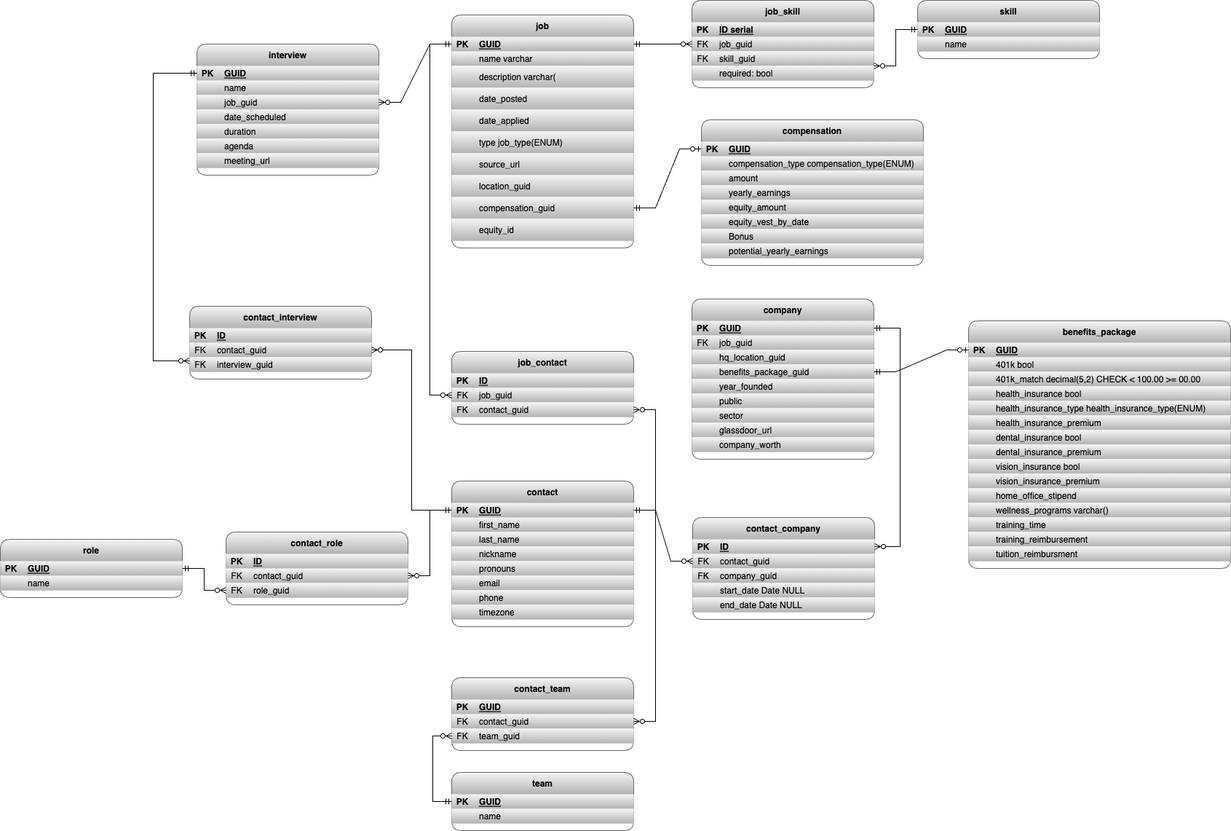
This is job_opportunity_data_model.drawio.png from jamesclair/polarKB, a draw.io export, as it was before one commit. Source tidied: cells renumbered, new cells last; positions are measured from the earlier drawing's top-left corner, leaving out a move shared by most shapes.
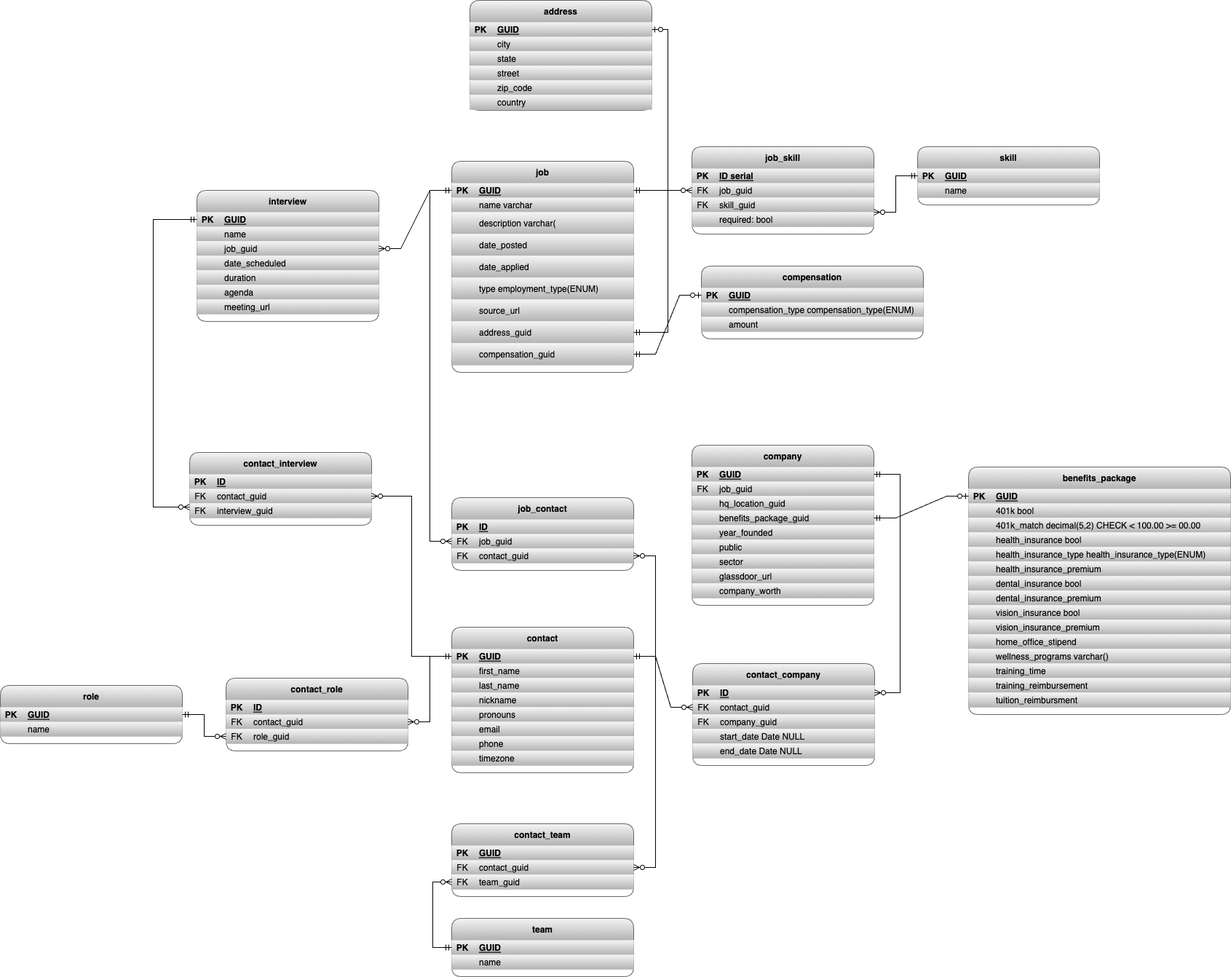
The same diagram one commit later.

Diff of the diagram source:
```diff
@@ -3,7 +3,7 @@
     <mxCell id="0" />
     <mxCell id="1" parent="0" />
     <mxCell id="2" value="job" style="shape=table;startSize=30;rowLines=0;fontStyle=1;align=center;rounded=1;fillColor=#f5f5f5;strokeColor=#666666;gradientColor=#b3b3b3;fontColor=#000000;" parent="1" vertex="1">
-      <mxGeometry x="620" y="20" width="250" height="320" as="geometry" />
+      <mxGeometry x="620" y="20" width="250" height="290" as="geometry" />
     </mxCell>
     <mxCell id="3" style="shape=partialRectangle;points=[[0,0.5],[1,0.5]];portConstraint=eastwest;top=0;left=0;right=0;bottom=1;rounded=1;fillColor=#f5f5f5;strokeColor=#666666;gradientColor=#b3b3b3;fontColor=#000000;" parent="2" vertex="1">
       <mxGeometry y="30" width="250" height="20" as="geometry" />
@@ -56,7 +56,7 @@
     <mxCell id="19" style="shape=partialRectangle;overflow=hidden;top=0;left=0;bottom=0;right=0;rounded=1;fillColor=#f5f5f5;strokeColor=#666666;gradientColor=#b3b3b3;fontColor=#000000;" parent="18" vertex="1">
       <mxGeometry width="30" height="30" as="geometry" />
     </mxCell>
-    <mxCell id="20" value="type job_type(ENUM)" style="shape=partialRectangle;overflow=hidden;top=0;left=0;bottom=0;right=0;align=left;spacingLeft=6;rounded=1;fillColor=#f5f5f5;strokeColor=#666666;gradientColor=#b3b3b3;fontColor=#000000;" parent="18" vertex="1">
+    <mxCell id="20" value="type employment_type(ENUM)" style="shape=partialRectangle;overflow=hidden;top=0;left=0;bottom=0;right=0;align=left;spacingLeft=6;rounded=1;fillColor=#f5f5f5;strokeColor=#666666;gradientColor=#b3b3b3;fontColor=#000000;" parent="18" vertex="1">
       <mxGeometry x="30" width="220" height="30" as="geometry" />
     </mxCell>
     <mxCell id="21" style="shape=partialRectangle;top=0;left=0;right=0;bottom=0;rounded=1;fillColor=#f5f5f5;strokeColor=#666666;gradientColor=#b3b3b3;fontColor=#000000;" parent="2" vertex="1">
@@ -74,7 +74,7 @@
     <mxCell id="25" style="shape=partialRectangle;overflow=hidden;top=0;left=0;bottom=0;right=0;rounded=1;fillColor=#f5f5f5;strokeColor=#666666;gradientColor=#b3b3b3;fontColor=#000000;" parent="24" vertex="1">
       <mxGeometry width="30" height="30" as="geometry" />
     </mxCell>
-    <mxCell id="26" value="location_guid" style="shape=partialRectangle;overflow=hidden;top=0;left=0;bottom=0;right=0;align=left;spacingLeft=6;rounded=1;fillColor=#f5f5f5;strokeColor=#666666;gradientColor=#b3b3b3;fontColor=#000000;" parent="24" vertex="1">
+    <mxCell id="26" value="address_guid" style="shape=partialRectangle;overflow=hidden;top=0;left=0;bottom=0;right=0;align=left;spacingLeft=6;rounded=1;fillColor=#f5f5f5;strokeColor=#666666;gradientColor=#b3b3b3;fontColor=#000000;" parent="24" vertex="1">
       <mxGeometry x="30" width="220" height="30" as="geometry" />
     </mxCell>
     <mxCell id="27" style="shape=partialRectangle;points=[[0,0.5],[1,0.5]];portConstraint=eastwest;top=0;left=0;right=0;bottom=0;rounded=1;fillColor=#f5f5f5;strokeColor=#666666;gradientColor=#b3b3b3;fontColor=#000000;" parent="2" vertex="1">
@@ -86,15 +86,6 @@
     <mxCell id="29" value="compensation_guid" style="shape=partialRectangle;overflow=hidden;top=0;left=0;bottom=0;right=0;align=left;spacingLeft=6;rounded=1;fillColor=#f5f5f5;strokeColor=#666666;gradientColor=#b3b3b3;fontColor=#000000;" parent="27" vertex="1">
       <mxGeometry x="30" width="220" height="30" as="geometry" />
     </mxCell>
-    <mxCell id="30" style="shape=partialRectangle;top=0;left=0;right=0;bottom=0;rounded=1;fillColor=#f5f5f5;strokeColor=#666666;gradientColor=#b3b3b3;fontColor=#000000;" parent="2" vertex="1">
-      <mxGeometry y="280" width="250" height="30" as="geometry" />
-    </mxCell>
-    <mxCell id="31" style="shape=partialRectangle;overflow=hidden;top=0;left=0;bottom=0;right=0;rounded=1;fillColor=#f5f5f5;strokeColor=#666666;gradientColor=#b3b3b3;fontColor=#000000;" parent="30" vertex="1">
-      <mxGeometry width="30" height="30" as="geometry" />
-    </mxCell>
-    <mxCell id="32" value="equity_id" style="shape=partialRectangle;overflow=hidden;top=0;left=0;bottom=0;right=0;align=left;spacingLeft=6;rounded=1;fillColor=#f5f5f5;strokeColor=#666666;gradientColor=#b3b3b3;fontColor=#000000;" parent="30" vertex="1">
-      <mxGeometry x="30" width="220" height="30" as="geometry" />
-    </mxCell>
     <mxCell id="33" value="skill" style="shape=table;startSize=30;rowLines=0;fontStyle=1;align=center;rounded=1;fillColor=#f5f5f5;strokeColor=#666666;gradientColor=#b3b3b3;fontColor=#000000;" parent="1" vertex="1">
       <mxGeometry x="1260" width="250" height="80" as="geometry" />
     </mxCell>
@@ -384,7 +375,7 @@
       <mxGeometry x="30" width="220" height="20" as="geometry" />
     </mxCell>
     <mxCell id="129" value="compensation" style="shape=table;startSize=30;rowLines=0;fontStyle=1;align=center;rounded=1;fillColor=#f5f5f5;strokeColor=#666666;gradientColor=#b3b3b3;fontColor=#000000;" parent="1" vertex="1">
-      <mxGeometry x="963" y="164" width="305" height="200" as="geometry" />
+      <mxGeometry x="963" y="164" width="305" height="100" as="geometry" />
     </mxCell>
     <mxCell id="130" style="shape=partialRectangle;points=[[0,0.5],[1,0.5]];portConstraint=eastwest;top=0;left=0;right=0;bottom=1;rounded=1;fillColor=#f5f5f5;strokeColor=#666666;gradientColor=#b3b3b3;fontColor=#000000;" parent="129" vertex="1">
       <mxGeometry y="30" width="305" height="20" as="geometry" />
@@ -413,51 +404,6 @@
     <mxCell id="138" value="amount" style="shape=partialRectangle;overflow=hidden;top=0;left=0;bottom=0;right=0;align=left;spacingLeft=6;rounded=1;fillColor=#f5f5f5;strokeColor=#666666;gradientColor=#b3b3b3;fontColor=#000000;" parent="136" vertex="1">
       <mxGeometry x="30" width="275" height="20" as="geometry" />
     </mxCell>
-    <mxCell id="139" style="shape=partialRectangle;top=0;left=0;right=0;bottom=0;rounded=1;fillColor=#f5f5f5;strokeColor=#666666;gradientColor=#b3b3b3;fontColor=#000000;" parent="129" vertex="1">
-      <mxGeometry y="90" width="305" height="20" as="geometry" />
-    </mxCell>
-    <mxCell id="140" style="shape=partialRectangle;overflow=hidden;top=0;left=0;bottom=0;right=0;rounded=1;fillColor=#f5f5f5;strokeColor=#666666;gradientColor=#b3b3b3;fontColor=#000000;" parent="139" vertex="1">
-      <mxGeometry width="30" height="20" as="geometry" />
-    </mxCell>
-    <mxCell id="141" value="yearly_earnings" style="shape=partialRectangle;overflow=hidden;top=0;left=0;bottom=0;right=0;align=left;spacingLeft=6;rounded=1;fillColor=#f5f5f5;strokeColor=#666666;gradientColor=#b3b3b3;fontColor=#000000;" parent="139" vertex="1">
-      <mxGeometry x="30" width="275" height="20" as="geometry" />
-    </mxCell>
-    <mxCell id="142" style="shape=partialRectangle;top=0;left=0;right=0;bottom=0;rounded=1;fillColor=#f5f5f5;strokeColor=#666666;gradientColor=#b3b3b3;fontColor=#000000;" parent="129" vertex="1">
-      <mxGeometry y="110" width="305" height="20" as="geometry" />
-    </mxCell>
-    <mxCell id="143" style="shape=partialRectangle;overflow=hidden;top=0;left=0;bottom=0;right=0;rounded=1;fillColor=#f5f5f5;strokeColor=#666666;gradientColor=#b3b3b3;fontColor=#000000;" parent="142" vertex="1">
-      <mxGeometry width="30" height="20" as="geometry" />
-    </mxCell>
-    <mxCell id="144" value="equity_amount" style="shape=partialRectangle;overflow=hidden;top=0;left=0;bottom=0;right=0;align=left;spacingLeft=6;rounded=1;fillColor=#f5f5f5;strokeColor=#666666;gradientColor=#b3b3b3;fontColor=#000000;" parent="142" vertex="1">
-      <mxGeometry x="30" width="275" height="20" as="geometry" />
-    </mxCell>
-    <mxCell id="145" style="shape=partialRectangle;top=0;left=0;right=0;bottom=0;rounded=1;fillColor=#f5f5f5;strokeColor=#666666;gradientColor=#b3b3b3;fontColor=#000000;" parent="129" vertex="1">
-      <mxGeometry y="130" width="305" height="20" as="geometry" />
-    </mxCell>
-    <mxCell id="146" style="shape=partialRectangle;overflow=hidden;top=0;left=0;bottom=0;right=0;rounded=1;fillColor=#f5f5f5;strokeColor=#666666;gradientColor=#b3b3b3;fontColor=#000000;" parent="145" vertex="1">
-      <mxGeometry width="30" height="20" as="geometry" />
-    </mxCell>
-    <mxCell id="147" value="equity_vest_by_date" style="shape=partialRectangle;overflow=hidden;top=0;left=0;bottom=0;right=0;align=left;spacingLeft=6;rounded=1;fillColor=#f5f5f5;strokeColor=#666666;gradientColor=#b3b3b3;fontColor=#000000;" parent="145" vertex="1">
-      <mxGeometry x="30" width="275" height="20" as="geometry" />
-    </mxCell>
-    <mxCell id="148" style="shape=partialRectangle;top=0;left=0;right=0;bottom=0;rounded=1;fillColor=#f5f5f5;strokeColor=#666666;gradientColor=#b3b3b3;fontColor=#000000;" parent="129" vertex="1">
-      <mxGeometry y="150" width="305" height="20" as="geometry" />
-    </mxCell>
-    <mxCell id="149" style="shape=partialRectangle;overflow=hidden;top=0;left=0;bottom=0;right=0;rounded=1;fillColor=#f5f5f5;strokeColor=#666666;gradientColor=#b3b3b3;fontColor=#000000;" parent="148" vertex="1">
-      <mxGeometry width="30" height="20" as="geometry" />
-    </mxCell>
-    <mxCell id="150" value="Bonus" style="shape=partialRectangle;overflow=hidden;top=0;left=0;bottom=0;right=0;align=left;spacingLeft=6;rounded=1;fillColor=#f5f5f5;strokeColor=#666666;gradientColor=#b3b3b3;fontColor=#000000;" parent="148" vertex="1">
-      <mxGeometry x="30" width="275" height="20" as="geometry" />
-    </mxCell>
-    <mxCell id="151" style="shape=partialRectangle;top=0;left=0;right=0;bottom=0;rounded=1;fillColor=#f5f5f5;strokeColor=#666666;gradientColor=#b3b3b3;fontColor=#000000;" parent="129" vertex="1">
-      <mxGeometry y="170" width="305" height="20" as="geometry" />
-    </mxCell>
-    <mxCell id="152" style="shape=partialRectangle;overflow=hidden;top=0;left=0;bottom=0;right=0;rounded=1;fillColor=#f5f5f5;strokeColor=#666666;gradientColor=#b3b3b3;fontColor=#000000;" parent="151" vertex="1">
-      <mxGeometry width="30" height="20" as="geometry" />
-    </mxCell>
-    <mxCell id="153" value="potential_yearly_earnings" style="shape=partialRectangle;overflow=hidden;top=0;left=0;bottom=0;right=0;align=left;spacingLeft=6;rounded=1;fillColor=#f5f5f5;strokeColor=#666666;gradientColor=#b3b3b3;fontColor=#000000;" parent="151" vertex="1">
-      <mxGeometry x="30" width="275" height="20" as="geometry" />
-    </mxCell>
     <mxCell id="154" value="contact" style="shape=table;startSize=30;rowLines=0;fontStyle=1;align=center;rounded=1;fillColor=#f5f5f5;strokeColor=#666666;gradientColor=#b3b3b3;fontColor=#000000;" parent="1" vertex="1">
       <mxGeometry x="620" y="660" width="250" height="200" as="geometry" />
     </mxCell>
@@ -870,5 +816,70 @@
     <mxCell id="283" style="edgeStyle=entityRelationEdgeStyle;fontSize=12;html=1;endArrow=ERzeroToOne;endFill=1;rounded=0;fontColor=#000000;exitX=1;exitY=0.5;exitDx=0;exitDy=0;entryX=0;entryY=0.5;entryDx=0;entryDy=0;startArrow=ERmandOne;startFill=0;" parent="1" edge="1" source="27" target="130">
       <mxGeometry relative="1" as="geometry" />
     </mxCell>
+    <mxCell id="284" value="address" style="shape=table;startSize=30;rowLines=0;fontStyle=1;align=center;rounded=1;fillColor=#f5f5f5;strokeColor=#666666;gradientColor=#b3b3b3;fontColor=#000000;" parent="1" vertex="1">
+      <mxGeometry x="645" y="-201" width="250" height="151" as="geometry" />
+    </mxCell>
+    <mxCell id="285" style="shape=partialRectangle;points=[[0,0.5],[1,0.5]];portConstraint=eastwest;top=0;left=0;right=0;bottom=1;rounded=1;fillColor=#f5f5f5;strokeColor=#666666;gradientColor=#b3b3b3;fontColor=#000000;" parent="284" vertex="1">
+      <mxGeometry y="30" width="250" height="20" as="geometry" />
+    </mxCell>
+    <mxCell id="286" value="PK" style="shape=partialRectangle;overflow=hidden;top=0;left=0;bottom=0;right=0;fontStyle=1;rounded=1;fillColor=#f5f5f5;strokeColor=#666666;gradientColor=#b3b3b3;fontColor=#000000;" parent="285" vertex="1">
+      <mxGeometry width="30" height="20" as="geometry" />
+    </mxCell>
+    <mxCell id="287" value="GUID" style="shape=partialRectangle;overflow=hidden;top=0;left=0;bottom=0;right=0;align=left;spacingLeft=6;fontStyle=5;rounded=1;fillColor=#f5f5f5;strokeColor=#666666;gradientColor=#b3b3b3;fontColor=#000000;" parent="285" vertex="1">
+      <mxGeometry x="30" width="220" height="20" as="geometry" />
+    </mxCell>
+    <mxCell id="288" style="shape=partialRectangle;top=0;left=0;right=0;bottom=0;rounded=1;fillColor=#f5f5f5;strokeColor=#666666;gradientColor=#b3b3b3;fontColor=#000000;" parent="284" vertex="1">
+      <mxGeometry y="50" width="250" height="20" as="geometry" />
+    </mxCell>
+    <mxCell id="289" style="shape=partialRectangle;overflow=hidden;top=0;left=0;bottom=0;right=0;rounded=1;fillColor=#f5f5f5;strokeColor=#666666;gradientColor=#b3b3b3;fontColor=#000000;" parent="288" vertex="1">
+      <mxGeometry width="30" height="20" as="geometry" />
+    </mxCell>
+    <mxCell id="290" value="city" style="shape=partialRectangle;overflow=hidden;top=0;left=0;bottom=0;right=0;align=left;spacingLeft=6;rounded=1;fillColor=#f5f5f5;strokeColor=#666666;gradientColor=#b3b3b3;fontColor=#000000;" parent="288" vertex="1">
+      <mxGeometry x="30" width="220" height="20" as="geometry" />
+    </mxCell>
+    <mxCell id="291" style="shape=partialRectangle;top=0;left=0;right=0;bottom=0;rounded=1;fillColor=#f5f5f5;strokeColor=#666666;gradientColor=#b3b3b3;fontColor=#000000;" parent="284" vertex="1">
+      <mxGeometry y="70" width="250" height="20" as="geometry" />
+    </mxCell>
+    <mxCell id="292" style="shape=partialRectangle;overflow=hidden;top=0;left=0;bottom=0;right=0;rounded=1;fillColor=#f5f5f5;strokeColor=#666666;gradientColor=#b3b3b3;fontColor=#000000;" parent="291" vertex="1">
+      <mxGeometry width="30" height="20" as="geometry" />
+    </mxCell>
+    <mxCell id="293" value="state" style="shape=partialRectangle;overflow=hidden;top=0;left=0;bottom=0;right=0;align=left;spacingLeft=6;rounded=1;fillColor=#f5f5f5;strokeColor=#666666;gradientColor=#b3b3b3;fontColor=#000000;" parent="291" vertex="1">
+      <mxGeometry x="30" width="220" height="20" as="geometry" />
+    </mxCell>
+    <mxCell id="294" style="shape=partialRectangle;top=0;left=0;right=0;bottom=0;rounded=1;fillColor=#f5f5f5;strokeColor=#666666;gradientColor=#b3b3b3;fontColor=#000000;" parent="284" vertex="1">
+      <mxGeometry y="90" width="250" height="20" as="geometry" />
+    </mxCell>
+    <mxCell id="295" style="shape=partialRectangle;overflow=hidden;top=0;left=0;bottom=0;right=0;rounded=1;fillColor=#f5f5f5;strokeColor=#666666;gradientColor=#b3b3b3;fontColor=#000000;" parent="294" vertex="1">
+      <mxGeometry width="30" height="20" as="geometry" />
+    </mxCell>
+    <mxCell id="296" value="street" style="shape=partialRectangle;overflow=hidden;top=0;left=0;bottom=0;right=0;align=left;spacingLeft=6;rounded=1;fillColor=#f5f5f5;strokeColor=#666666;gradientColor=#b3b3b3;fontColor=#000000;" parent="294" vertex="1">
+      <mxGeometry x="30" width="220" height="20" as="geometry" />
+    </mxCell>
+    <mxCell id="297" style="shape=partialRectangle;top=0;left=0;right=0;bottom=0;rounded=1;fillColor=#f5f5f5;strokeColor=#666666;gradientColor=#b3b3b3;fontColor=#000000;" parent="284" vertex="1">
+      <mxGeometry y="110" width="250" height="20" as="geometry" />
+    </mxCell>
+    <mxCell id="298" style="shape=partialRectangle;overflow=hidden;top=0;left=0;bottom=0;right=0;rounded=1;fillColor=#f5f5f5;strokeColor=#666666;gradientColor=#b3b3b3;fontColor=#000000;" parent="297" vertex="1">
+      <mxGeometry width="30" height="20" as="geometry" />
+    </mxCell>
+    <mxCell id="299" value="zip_code" style="shape=partialRectangle;overflow=hidden;top=0;left=0;bottom=0;right=0;align=left;spacingLeft=6;rounded=1;fillColor=#f5f5f5;strokeColor=#666666;gradientColor=#b3b3b3;fontColor=#000000;" parent="297" vertex="1">
+      <mxGeometry x="30" width="220" height="20" as="geometry" />
+    </mxCell>
+    <mxCell id="300" style="shape=partialRectangle;top=0;left=0;right=0;bottom=0;rounded=1;fillColor=#f5f5f5;strokeColor=#666666;gradientColor=#b3b3b3;fontColor=#000000;" parent="284" vertex="1">
+      <mxGeometry y="130" width="250" height="20" as="geometry" />
+    </mxCell>
+    <mxCell id="301" style="shape=partialRectangle;overflow=hidden;top=0;left=0;bottom=0;right=0;rounded=1;fillColor=#f5f5f5;strokeColor=#666666;gradientColor=#b3b3b3;fontColor=#000000;" parent="300" vertex="1">
+      <mxGeometry width="30" height="20" as="geometry" />
+    </mxCell>
+    <mxCell id="302" value="country" style="shape=partialRectangle;overflow=hidden;top=0;left=0;bottom=0;right=0;align=left;spacingLeft=6;rounded=1;fillColor=#f5f5f5;strokeColor=#666666;gradientColor=#b3b3b3;fontColor=#000000;" parent="300" vertex="1">
+      <mxGeometry x="30" width="220" height="20" as="geometry" />
+    </mxCell>
+    <mxCell id="303" style="edgeStyle=orthogonalEdgeStyle;fontSize=12;html=1;endArrow=ERzeroToOne;endFill=1;rounded=0;fontColor=#000000;exitX=1;exitY=0.5;exitDx=0;exitDy=0;entryX=1;entryY=0.5;entryDx=0;entryDy=0;startArrow=ERmandOne;startFill=0;" parent="1" edge="1" source="24" target="285">
+      <mxGeometry relative="1" as="geometry">
+        <Array as="points">
+          <mxPoint x="917" y="255" />
+          <mxPoint x="917" y="-161" />
+        </Array>
+      </mxGeometry>
+    </mxCell>
   </root>
 </mxGraphModel>
```
